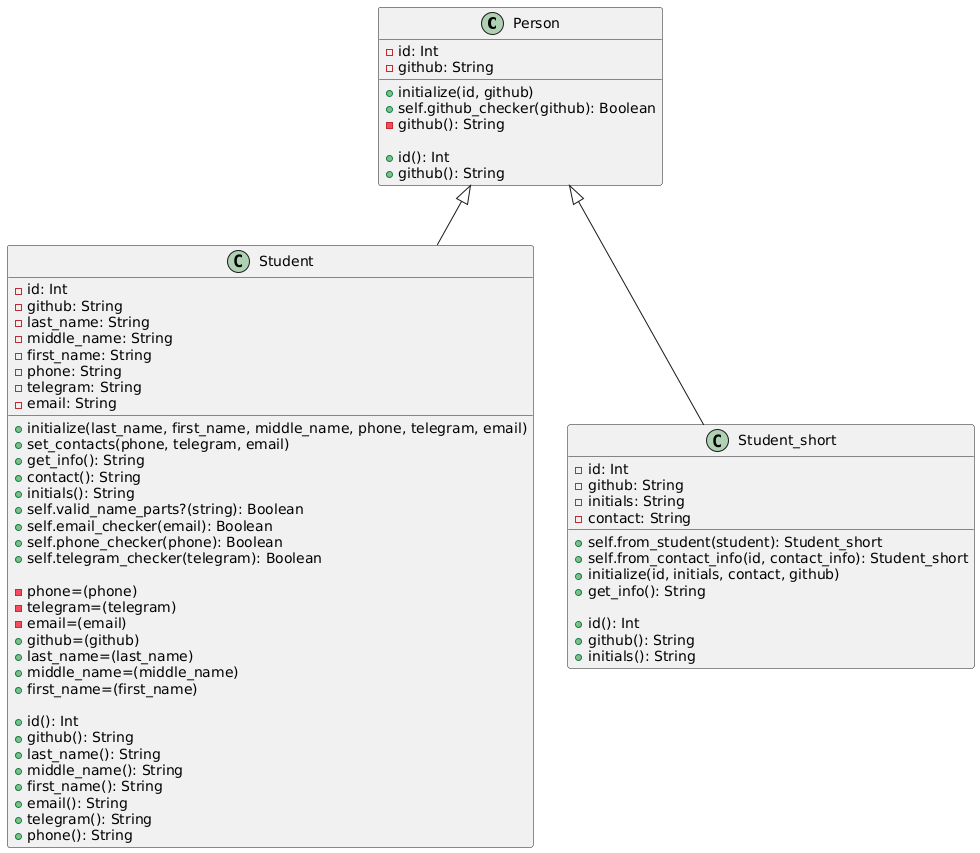
This is OOP_in_Ruby/class_diagram.png from temawm/patterns, a PlantUML export, as it was before one commit. Its diagram source:
```plantuml
@startuml
class Person {
  - id: Int
  - github: String
  + initialize(id, github)
  + self.github_checker(github): Boolean
  - github(): String

  + id(): Int
  + github(): String
}

class Student {
  - id: Int
  - github: String
  - last_name: String
  - middle_name: String
  - first_name: String
  - phone: String
  - telegram: String
  - email: String
  + initialize(last_name, first_name, middle_name, phone, telegram, email)
  + set_contacts(phone, telegram, email)
  + get_info(): String
  + contact(): String
  + initials(): String
  + self.valid_name_parts?(string): Boolean
  + self.email_checker(email): Boolean
  + self.phone_checker(phone): Boolean
  + self.telegram_checker(telegram): Boolean

  - phone=(phone)
  - telegram=(telegram)
  - email=(email)
  + github=(github)
  + last_name=(last_name)
  + middle_name=(middle_name)
  + first_name=(first_name)

  + id(): Int
  + github(): String
  + last_name(): String
  + middle_name(): String
  + first_name(): String
  + email(): String
  + telegram(): String
  + phone(): String
}

class Student_short {
  - id: Int
  - github: String
  - initials: String
  - contact: String
  + self.from_student(student): Student_short
  + self.from_contact_info(id, contact_info): Student_short
  + initialize(id, initials, contact, github)
  + get_info(): String

  + id(): Int
  + github(): String
  + initials(): String
}

Person <|-- Student
Person <|-- Student_short
@enduml
```
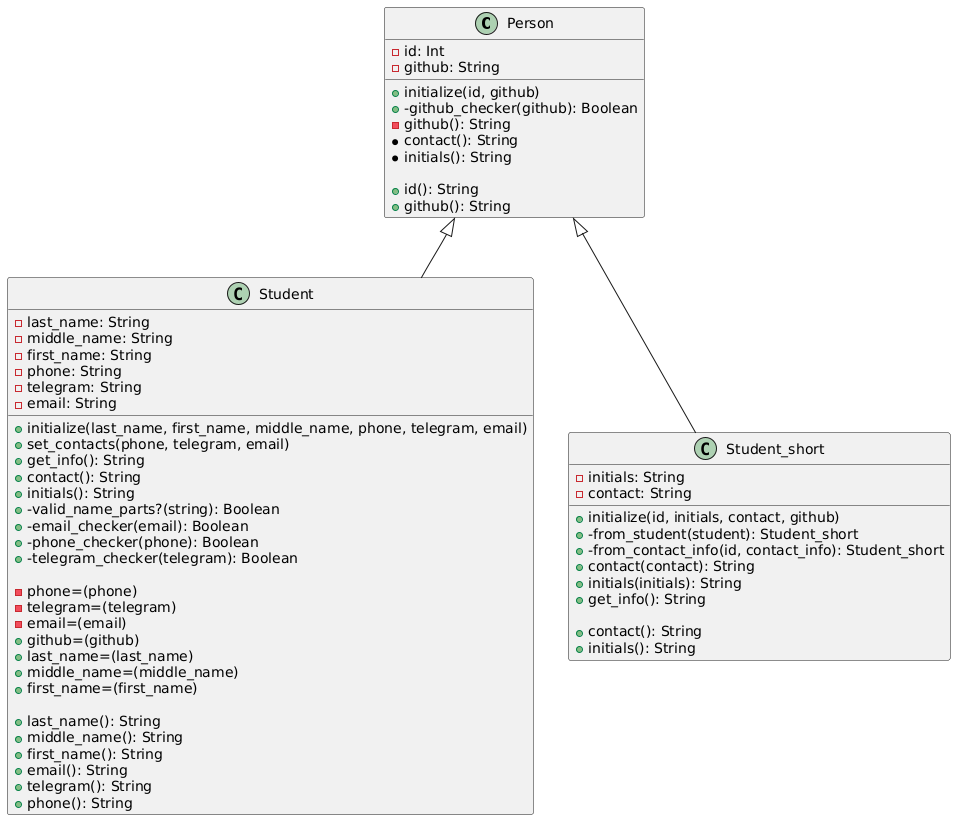
Later version of the same file.

Commit message:
lab4_tas1: add data_table class

Change to the diagram source:
```diff
@@ -3,16 +3,16 @@
   - id: Int
   - github: String
   + initialize(id, github)
-  + self.github_checker(github): Boolean
+  + -github_checker(github): Boolean
   - github(): String
+  *contact(): String
+  *initials(): String
 
-  + id(): Int
+  + id(): String
   + github(): String
 }
 
 class Student {
-  - id: Int
-  - github: String
   - last_name: String
   - middle_name: String
   - first_name: String
@@ -24,10 +24,10 @@
   + get_info(): String
   + contact(): String
   + initials(): String
-  + self.valid_name_parts?(string): Boolean
-  + self.email_checker(email): Boolean
-  + self.phone_checker(phone): Boolean
-  + self.telegram_checker(telegram): Boolean
+  + -valid_name_parts?(string): Boolean
+  + -email_checker(email): Boolean
+  + -phone_checker(phone): Boolean
+  + -telegram_checker(telegram): Boolean
 
   - phone=(phone)
   - telegram=(telegram)
@@ -37,8 +37,6 @@
   + middle_name=(middle_name)
   + first_name=(first_name)
 
-  + id(): Int
-  + github(): String
   + last_name(): String
   + middle_name(): String
   + first_name(): String
@@ -48,18 +46,20 @@
 }
 
 class Student_short {
-  - id: Int
-  - github: String
   - initials: String
   - contact: String
-  + self.from_student(student): Student_short
-  + self.from_contact_info(id, contact_info): Student_short
   + initialize(id, initials, contact, github)
+  + -from_student(student): Student_short
+  + -from_contact_info(id, contact_info): Student_short
+  + contact(contact): String
+  + initials(initials): String
   + get_info(): String
 
-  + id(): Int
-  + github(): String
+  + contact(): String
   + initials(): String
+
+
+
 }
 
 Person <|-- Student
```
